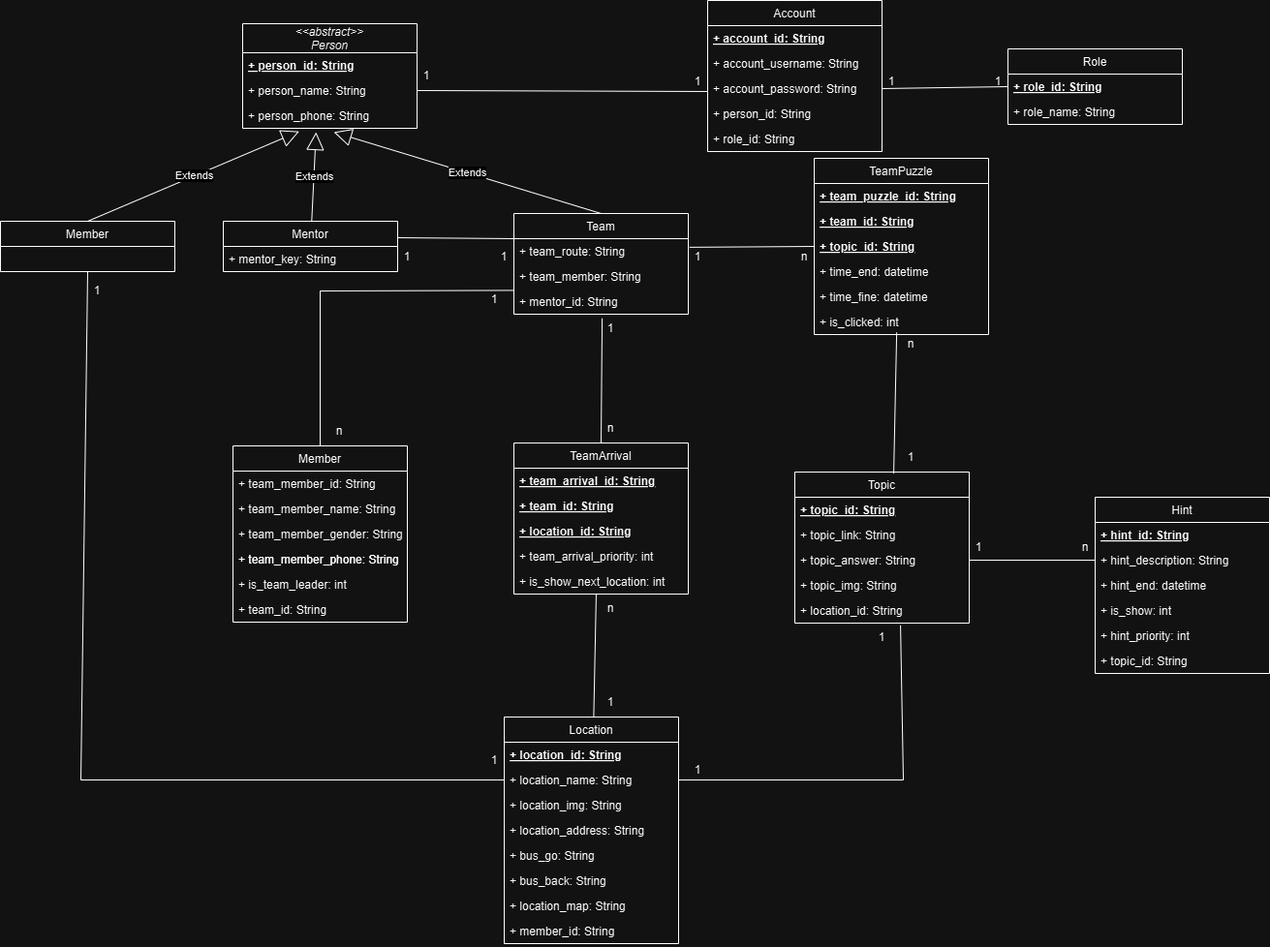
Above: config/TB_ClassDiagram.png in Tiendat06/ITZone_TeamBuilding (draw.io), before the change. Source tidied: cells renumbered, new cells last; positions are measured from the earlier drawing's top-left corner, leaving out a move shared by most shapes.
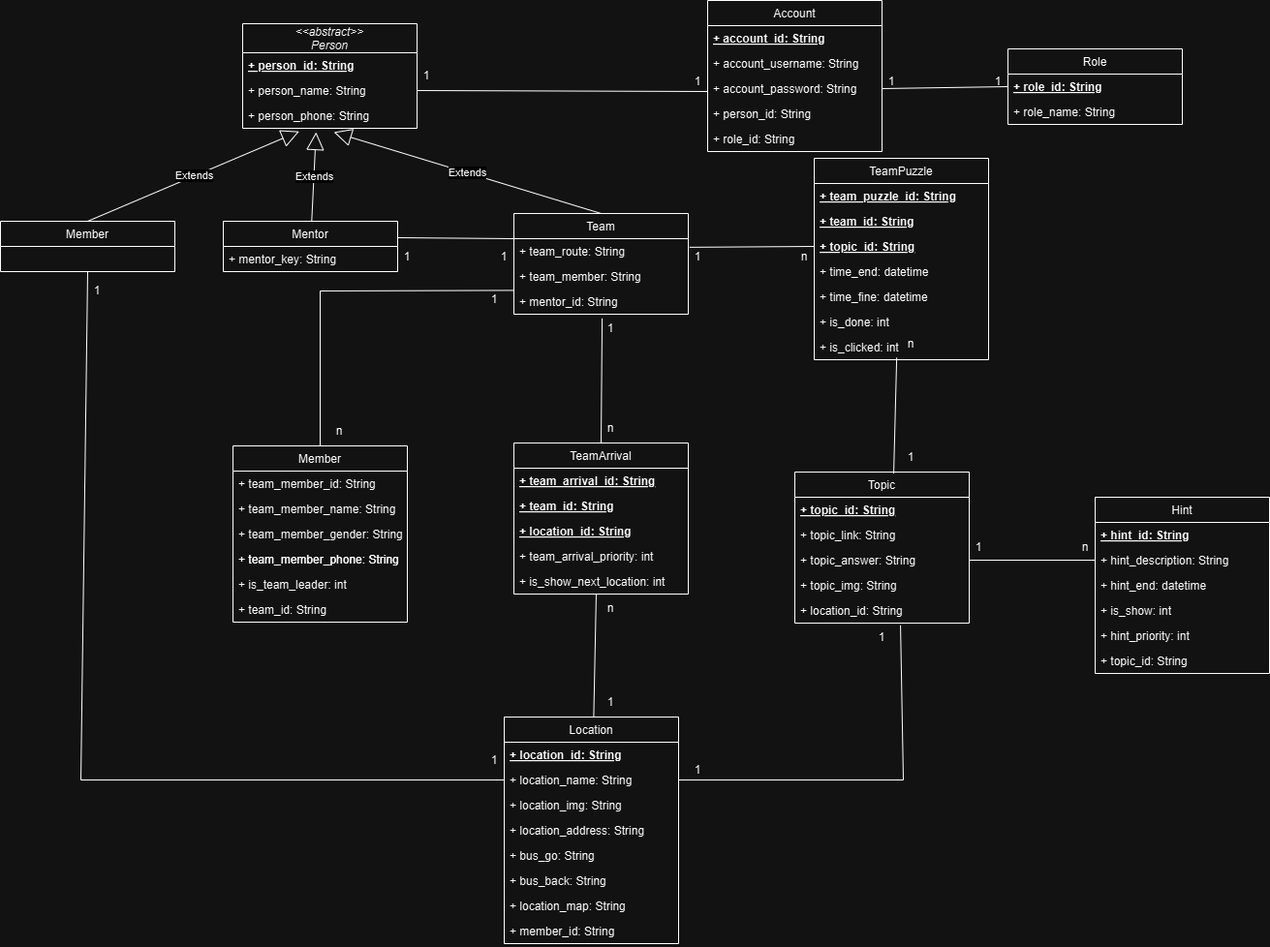
The same file after the commit.

Change to the diagram source:
```diff
@@ -196,7 +196,7 @@
       <mxGeometry x="910" y="340" width="60" height="30" as="geometry" />
     </mxCell>
     <mxCell id="65" value="TeamPuzzle" style="swimlane;fontStyle=0;horizontal=1;startSize=26;fillColor=none;" parent="1" vertex="1">
-      <mxGeometry x="840" y="163" width="180" height="182" as="geometry" />
+      <mxGeometry x="840" y="163" width="180" height="208" as="geometry" />
     </mxCell>
     <mxCell id="66" value="+ team_puzzle_id: String" style="text;strokeColor=none;fillColor=none;align=left;verticalAlign=top;spacingLeft=4;spacingRight=4;overflow=hidden;fontStyle=5;" parent="65" vertex="1">
       <mxGeometry y="26" width="180" height="26" as="geometry" />
@@ -213,8 +213,11 @@
     <mxCell id="70" value="+ time_fine: datetime" style="text;strokeColor=none;fillColor=none;align=left;verticalAlign=top;spacingLeft=4;spacingRight=4;overflow=hidden;" parent="65" vertex="1">
       <mxGeometry y="130" width="180" height="26" as="geometry" />
     </mxCell>
+    <mxCell id="101" value="+ is_done: int" style="text;strokeColor=none;fillColor=none;align=left;verticalAlign=top;spacingLeft=4;spacingRight=4;overflow=hidden;" parent="65" vertex="1">
+      <mxGeometry y="156" width="180" height="26" as="geometry" />
+    </mxCell>
     <mxCell id="71" value="+ is_clicked: int" style="text;strokeColor=none;fillColor=none;align=left;verticalAlign=top;spacingLeft=4;spacingRight=4;overflow=hidden;points=[[0,0.5],[1,0.5]];portConstraint=eastwest;" parent="65" vertex="1">
-      <mxGeometry y="156" width="180" height="26" as="geometry" />
+      <mxGeometry y="182" width="180" height="26" as="geometry" />
     </mxCell>
     <mxCell id="72" style="endArrow=none;html=1;rounded=0;exitX=0.506;exitY=1.163;exitDx=0;exitDy=0;exitPerimeter=0;entryX=0.5;entryY=0;entryDx=0;entryDy=0;" parent="1" edge="1" source="11" target="53">
       <mxGeometry relative="1" as="geometry" />
```
